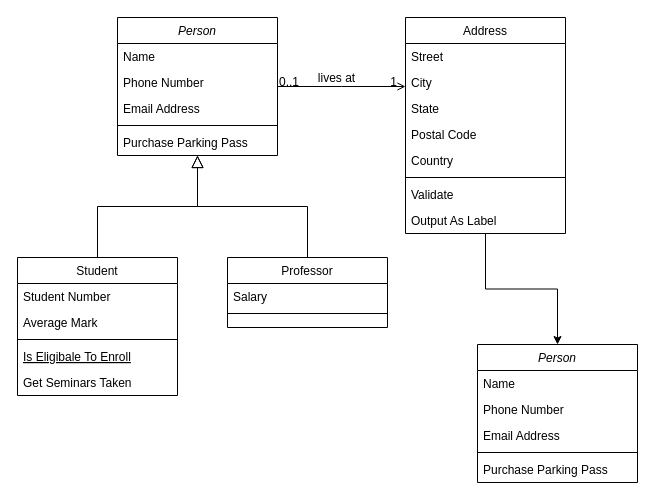
Above: UML.drawio in Austin-Earl-Private/ChildrenLearningApp (draw.io), before the change. Source tidied: cells renumbered, new cells numbered last; positions are measured from the earlier drawing's top-left corner, leaving out a move shared by most shapes. Both pictures are drawn from the tidied source at 100%, with x=0, y=0 at pixel (17, 17).
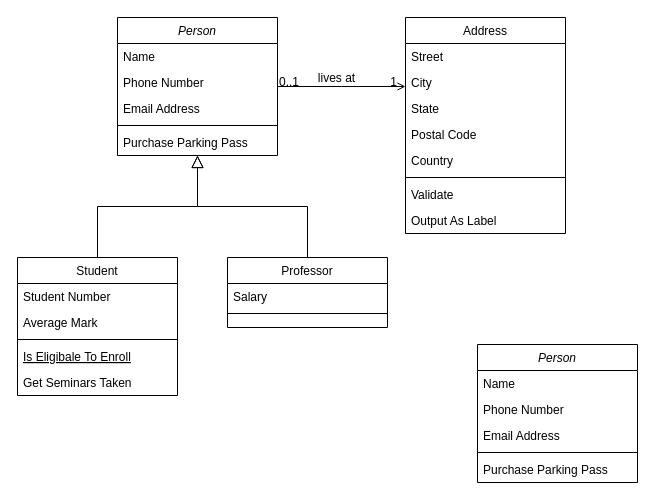
Above is the later version.

Commit message:
Show and tell

The change refers to these unchanged cells:
```xml
<mxCell id="20" value="Address" style="swimlane;fontStyle=0;align=center;verticalAlign=top;horizontal=1;startSize=26;rounded=0;shadow=0;strokeWidth=1;" parent="1" vertex="1">
  <mxGeometry x="388" width="160" height="216" as="geometry" />
</mxCell>
<mxCell id="33" value="Person" style="swimlane;fontStyle=2;align=center;verticalAlign=top;horizontal=1;startSize=26;rounded=0;shadow=0;strokeWidth=1;" parent="1" vertex="1">
  <mxGeometry x="460" y="327" width="160" height="138" as="geometry" />
</mxCell>
```

Diff of the diagram source:
```diff
@@
-    <mxCell id="19" style="edgeStyle=orthogonalEdgeStyle;rounded=0;jettySize=auto;html=1;" parent="1" edge="1" source="20" target="33">
-      <mxGeometry relative="1" as="geometry" />
-    </mxCell>
```
